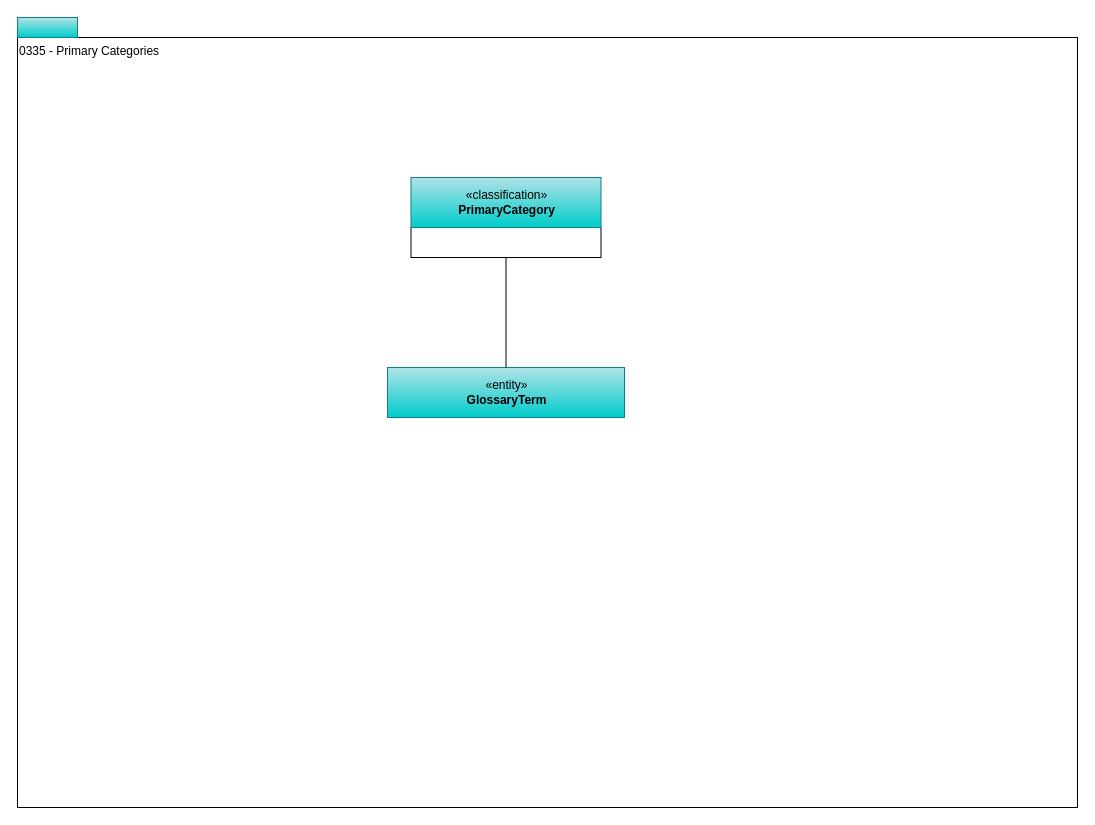
Before: page "0335-Primary-Category" (5 of 13) of open-metadata-publication/website/open-metadata-types/area-3-glossary.drawio in odpi/egeria, a draw.io diagram. Source tidied: cells renumbered, new cells numbered last; positions are measured from the earlier drawing's top-left corner, leaving out a move shared by most shapes. Both pictures are drawn from the tidied source at 100%, with x=0, y=0 at pixel (17, 17).
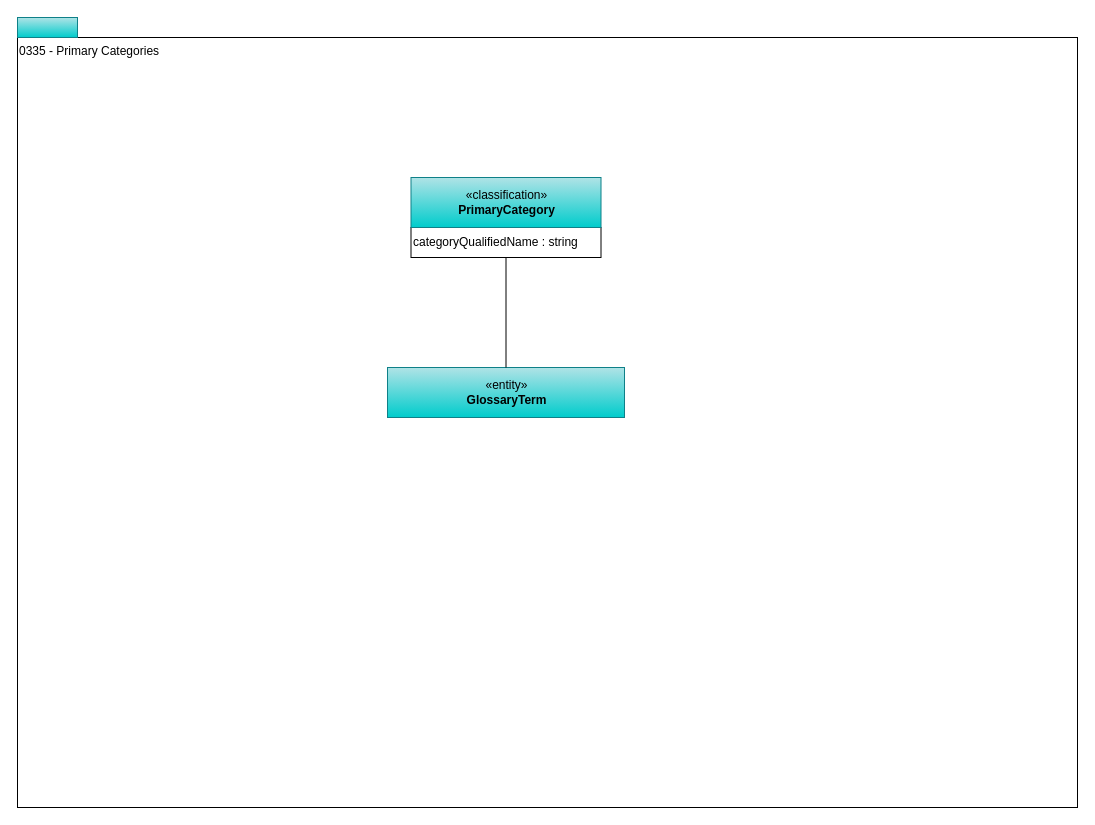
The same diagram, later.

Diff of the diagram source:
```diff
@@
 <mxGraphModel>
   <root>
     <mxCell id="0" />
     <mxCell id="1" parent="0" />
     <mxCell id="2" value="0335 - Primary Categories" style="rounded=0;whiteSpace=wrap;html=1;align=left;verticalAlign=top;" parent="1" vertex="1">
       <mxGeometry y="20" width="1060" height="770" as="geometry" />
     </mxCell>
     <mxCell id="3" style="rounded=0;whiteSpace=wrap;html=1;align=left;fillColor=#b0e3e6;strokeColor=#0e8088;gradientColor=#00CCCC;" parent="1" vertex="1">
       <mxGeometry width="60" height="20" as="geometry" />
     </mxCell>
     <mxCell id="4" value="«entity»&lt;br&gt;&lt;b&gt;GlossaryTerm&lt;/b&gt;" style="html=1;strokeColor=#0e8088;align=center;fillColor=#b0e3e6;gradientColor=#00CCCC;" parent="1" vertex="1">
       <mxGeometry x="370" y="350" width="237" height="50" as="geometry" />
     </mxCell>
     <mxCell id="5" style="edgeStyle=orthogonalEdgeStyle;rounded=0;jettySize=auto;html=1;exitX=0.5;exitY=1;exitDx=0;exitDy=0;entryX=0.5;entryY=0;entryDx=0;entryDy=0;endArrow=none;endFill=0;" parent="1" edge="1" source="6" target="4">
       <mxGeometry relative="1" as="geometry" />
     </mxCell>
-    <mxCell id="6" value="&lt;br&gt;&lt;div style=&quot;text-align: left&quot;&gt;&lt;/div&gt;" style="rounded=0;whiteSpace=wrap;html=1;strokeColor=#000000;gradientColor=#ffffff;align=left;" parent="1" vertex="1">
+    <mxCell id="6" value="categoryQualifiedName : string&lt;br&gt;&lt;div style=&quot;text-align: left&quot;&gt;&lt;/div&gt;" style="rounded=0;whiteSpace=wrap;html=1;strokeColor=#000000;gradientColor=#ffffff;align=left;" parent="1" vertex="1">
       <mxGeometry x="393.5" y="210" width="190" height="30" as="geometry" />
     </mxCell>
     <mxCell id="7" value="«classification»&lt;br&gt;&lt;b&gt;PrimaryCategory&lt;/b&gt;" style="html=1;strokeColor=#0e8088;align=center;fillColor=#b0e3e6;gradientColor=#00CCCC;" parent="1" vertex="1">
       <mxGeometry x="393.5" y="160" width="190" height="50" as="geometry" />
     </mxCell>
   </root>
 </mxGraphModel>
```
